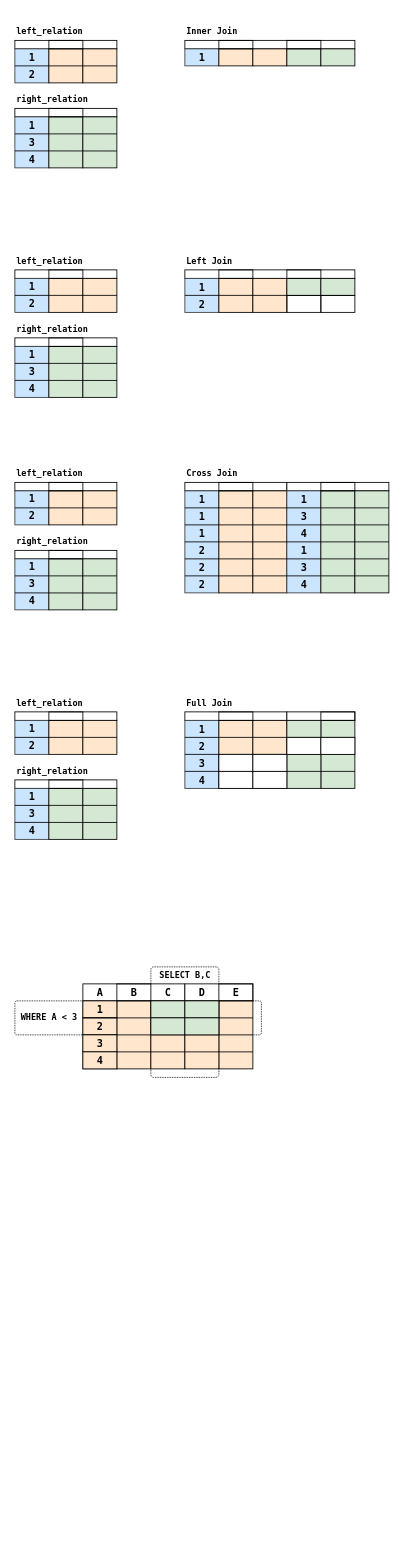
mabel-dev/opteryx keeps this draw.io diagram as docs/documentation-diagrams-source.drawio. Above is the earlier version. Source tidied: cells renumbered, new cells numbered last; positions are measured from the earlier drawing's top-left corner, leaving out a move shared by most shapes. Both pictures are drawn from the tidied source at 85%, with x=0, y=0 at pixel (14, 14).
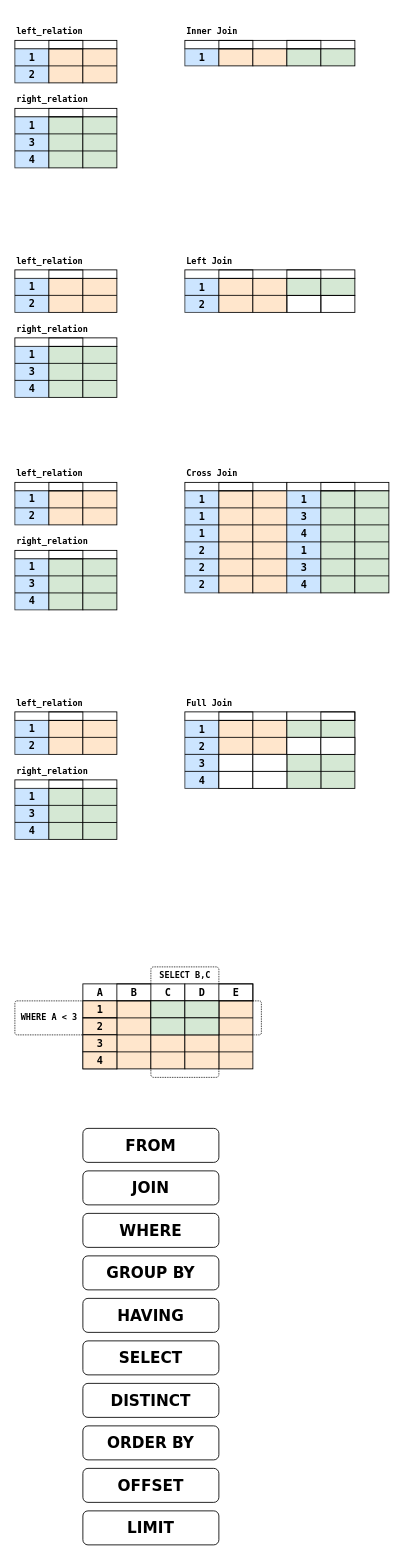
The same diagram, later.

The edit, as a diff of the source:
```diff
@@
+    <mxCell id="186" value="FROM" style="rounded=1;whiteSpace=wrap;html=1;fontSize=18;fontStyle=1;fontFamily=Verdana;" parent="1" vertex="1">
+      <mxGeometry x="80" y="1310" width="160" height="40" as="geometry" />
+    </mxCell>
+    <mxCell id="187" value="JOIN" style="rounded=1;whiteSpace=wrap;html=1;fontSize=18;fontStyle=1;fontFamily=Verdana;" parent="1" vertex="1">
+      <mxGeometry x="80" y="1360" width="160" height="40" as="geometry" />
+    </mxCell>
+    <mxCell id="188" value="WHERE" style="rounded=1;whiteSpace=wrap;html=1;fontSize=18;fontStyle=1;fontFamily=Verdana;" parent="1" vertex="1">
+      <mxGeometry x="80" y="1410" width="160" height="40" as="geometry" />
+    </mxCell>
+    <mxCell id="189" value="GROUP BY" style="rounded=1;whiteSpace=wrap;html=1;fontSize=18;fontStyle=1;fontFamily=Verdana;" parent="1" vertex="1">
+      <mxGeometry x="80" y="1460" width="160" height="40" as="geometry" />
+    </mxCell>
+    <mxCell id="190" value="HAVING" style="rounded=1;whiteSpace=wrap;html=1;fontSize=18;fontStyle=1;fontFamily=Verdana;" parent="1" vertex="1">
+      <mxGeometry x="80" y="1510" width="160" height="40" as="geometry" />
+    </mxCell>
+    <mxCell id="191" value="SELECT" style="rounded=1;whiteSpace=wrap;html=1;fontSize=18;fontStyle=1;fontFamily=Verdana;" parent="1" vertex="1">
+      <mxGeometry x="80" y="1560" width="160" height="40" as="geometry" />
+    </mxCell>
+    <mxCell id="192" value="DISTINCT" style="rounded=1;whiteSpace=wrap;html=1;fontSize=18;fontStyle=1;fontFamily=Verdana;" parent="1" vertex="1">
+      <mxGeometry x="80" y="1610" width="160" height="40" as="geometry" />
+    </mxCell>
+    <mxCell id="193" value="ORDER BY" style="rounded=1;whiteSpace=wrap;html=1;fontSize=18;fontStyle=1;fontFamily=Verdana;" parent="1" vertex="1">
+      <mxGeometry x="80" y="1660" width="160" height="40" as="geometry" />
+    </mxCell>
+    <mxCell id="194" value="OFFSET" style="rounded=1;whiteSpace=wrap;html=1;fontSize=18;fontStyle=1;fontFamily=Verdana;" parent="1" vertex="1">
+      <mxGeometry x="80" y="1710" width="160" height="40" as="geometry" />
+    </mxCell>
+    <mxCell id="195" value="LIMIT" style="rounded=1;whiteSpace=wrap;html=1;fontSize=18;fontStyle=1;fontFamily=Verdana;" parent="1" vertex="1">
+      <mxGeometry x="80" y="1760" width="160" height="40" as="geometry" />
+    </mxCell>
```
